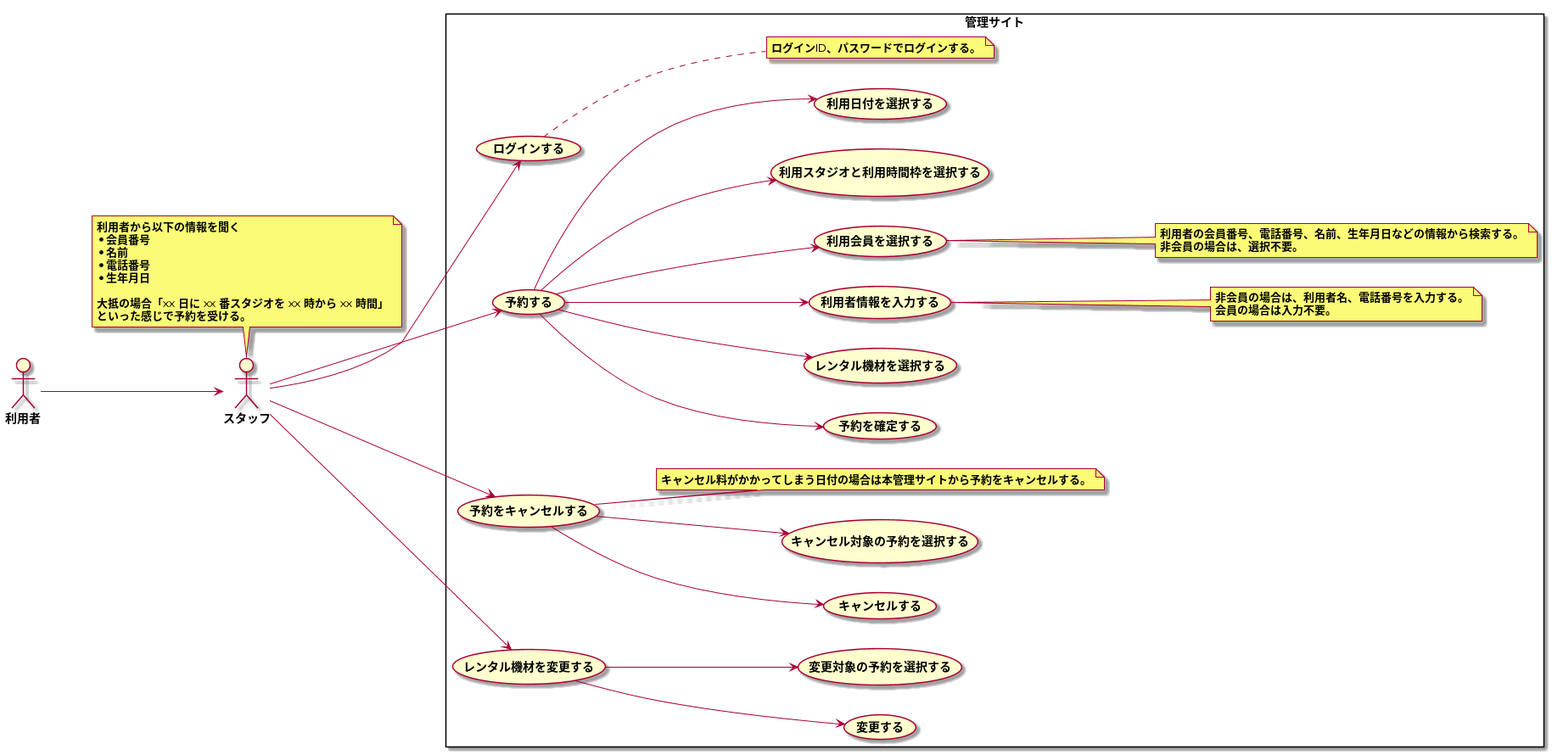
The PlantUML diagram modeling/05_Usecase_電話予約/Usecase.png in TakashiOnawa/ddd-practice-studio-reservation, before a commit.
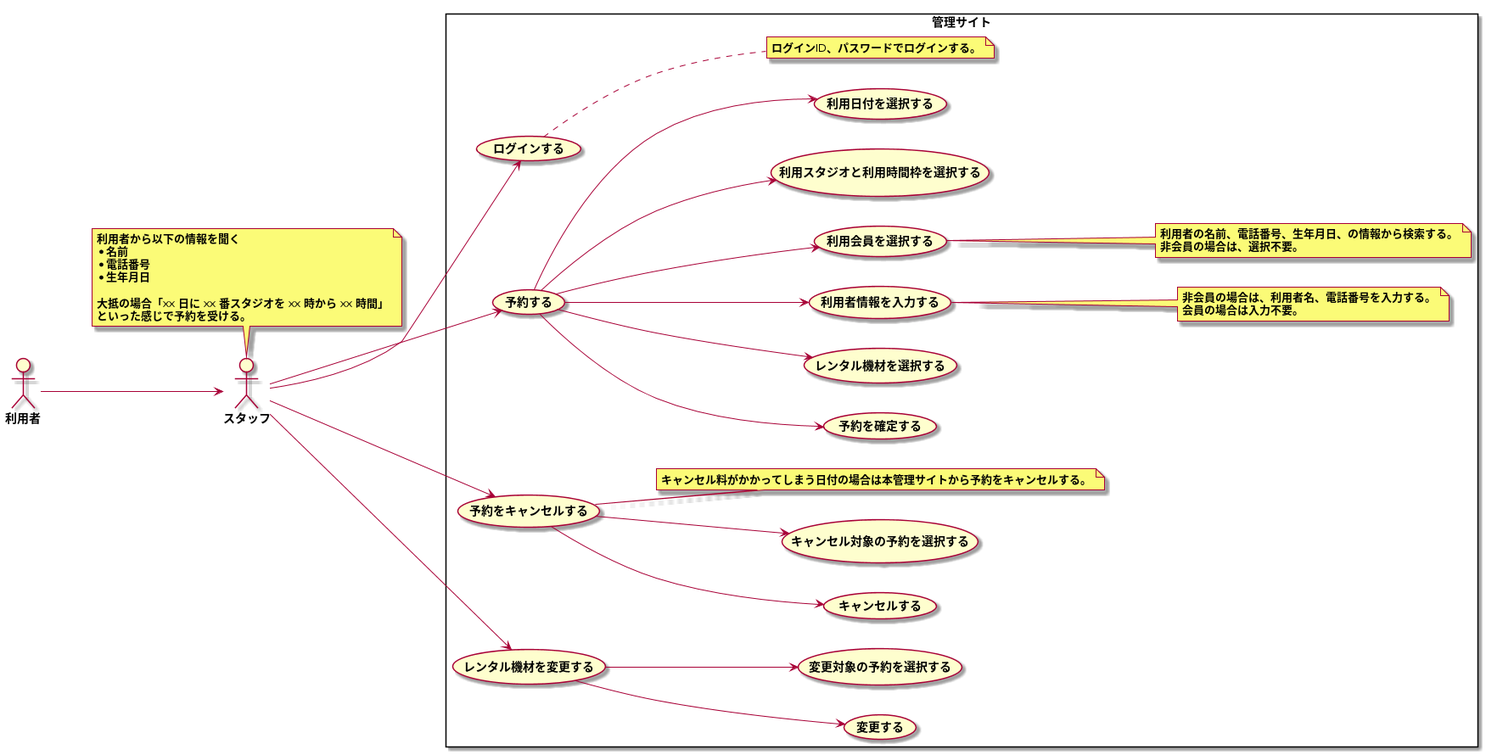
After the commit.

The edit, as a diff of the source:
```diff
@@ -9,7 +9,6 @@
 
 note top of スタッフ
 利用者から以下の情報を聞く
-* 会員番号
 * 名前
 * 電話番号
 * 生年月日
@@ -33,7 +32,7 @@
     end note
 
     note right of (利用会員を選択する)
-    利用者の会員番号、電話番号、名前、生年月日などの情報から検索する。
+    利用者の名前、電話番号、生年月日、の情報から検索する。
     非会員の場合は、選択不要。
     end note
 
```
